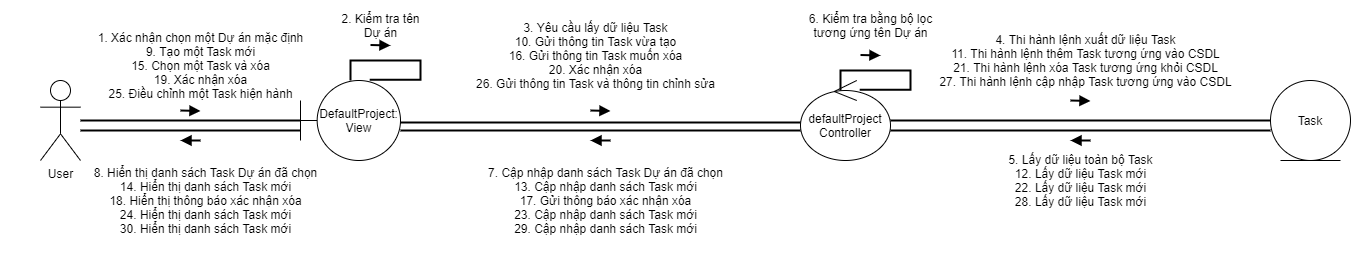
The draw.io diagram ToDoApp-Doc/Document/Diagram/Collaboration Diagram/DefaultProjectManagement/CollaborationDiagram_DefaultProjectManagement.png in Merevoli-DatLuu/To-Do-App, before a commit. Source tidied: cells renumbered, new cells last; positions are measured from the earlier drawing's top-left corner, leaving out a move shared by most shapes.
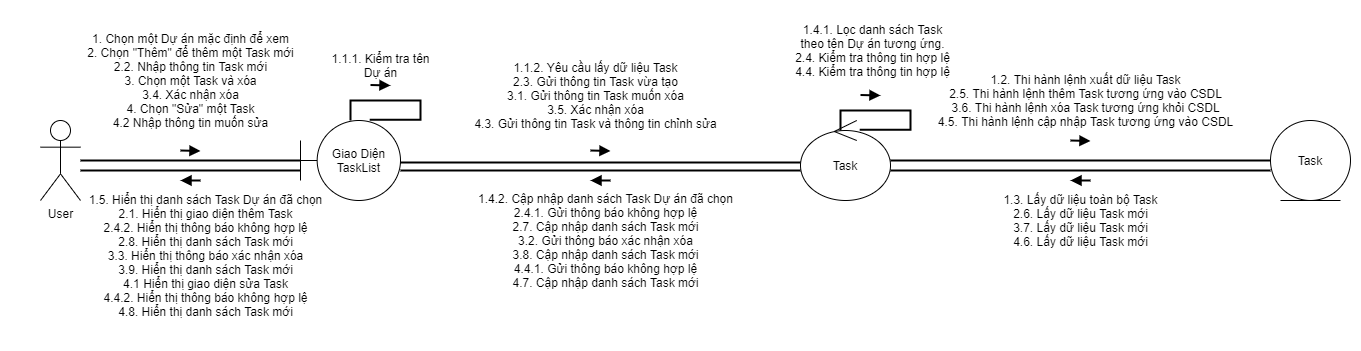
After the change.

Commit message:
[TODO-88]-[Modified]: DefaultProjectManagement Collaboration Diagram

What changed in the source:
```diff
@@ -3,18 +3,18 @@
     <mxCell id="0" />
     <mxCell id="1" parent="0" />
     <mxCell id="2" style="rounded=0;whiteSpace=wrap;html=1;strokeColor=none;" parent="1" vertex="1">
-      <mxGeometry width="1360" height="260" as="geometry" />
+      <mxGeometry y="-40" width="1360" height="350" as="geometry" />
     </mxCell>
     <mxCell id="3" value="User" style="shape=umlActor;verticalLabelPosition=bottom;verticalAlign=top;html=1;" parent="1" vertex="1">
       <mxGeometry x="40" y="80" width="40" height="80" as="geometry" />
     </mxCell>
-    <mxCell id="4" value="DefaultProject:&lt;br&gt;View" style="shape=umlBoundary;whiteSpace=wrap;html=1;" parent="1" vertex="1">
+    <mxCell id="4" value="Giao Diện&lt;br&gt;TaskList" style="shape=umlBoundary;whiteSpace=wrap;html=1;" parent="1" vertex="1">
       <mxGeometry x="300" y="80" width="100" height="80" as="geometry" />
     </mxCell>
     <mxCell id="5" value="Task" style="ellipse;shape=umlEntity;whiteSpace=wrap;html=1;" parent="1" vertex="1">
       <mxGeometry x="1270" y="80" width="80" height="80" as="geometry" />
     </mxCell>
-    <mxCell id="6" value="defaultProject&lt;br&gt;Controller" style="ellipse;shape=umlControl;whiteSpace=wrap;html=1;" parent="1" vertex="1">
+    <mxCell id="6" value="Task" style="ellipse;shape=umlControl;whiteSpace=wrap;html=1;" parent="1" vertex="1">
       <mxGeometry x="800" y="80" width="90" height="80" as="geometry" />
     </mxCell>
     <mxCell id="7" style="endArrow=none;html=1;startArrow=block;startFill=1;endFill=0;strokeWidth=2;rounded=0;" parent="1" edge="1">
@@ -44,8 +44,8 @@
         <mxPoint x="590" y="110" as="targetPoint" />
       </mxGeometry>
     </mxCell>
-    <mxCell id="13" value="1. Xác nhận chọn một Dự án mặc định&lt;br&gt;9. Tạo một Task mới&lt;br&gt;15. Chọn một Task và xóa&lt;br&gt;19. Xác nhận xóa&lt;br&gt;25. Điều chỉnh một Task hiện hành" style="text;html=1;align=center;verticalAlign=middle;" parent="1" vertex="1">
-      <mxGeometry x="90" y="30" width="220" height="70" as="geometry" />
+    <mxCell id="13" value="1. Chọn một Dự án mặc định để xem&lt;br&gt;2. Chọn &quot;Thêm&quot; để thêm một Task mới&lt;br&gt;2.2. Nhập thông tin Task mới&lt;br&gt;3. Chọn một Task và xóa&lt;br&gt;3.4. Xác nhận xóa&lt;br&gt;4. Chọn &quot;Sửa&quot; một Task&lt;br&gt;4.2 Nhập thông tin muốn sửa" style="text;html=1;align=center;verticalAlign=middle;" parent="1" vertex="1">
+      <mxGeometry x="80" y="-10" width="220" height="100" as="geometry" />
     </mxCell>
     <mxCell id="14" style="edgeStyle=orthogonalEdgeStyle;rounded=0;orthogonalLoop=1;jettySize=auto;html=1;entryX=0.692;entryY=-0.01;entryDx=0;entryDy=0;entryPerimeter=0;strokeWidth=2;endArrow=none;endFill=0;" parent="1" edge="1" source="4" target="4">
       <mxGeometry relative="1" as="geometry">
@@ -56,11 +56,11 @@
         </Array>
       </mxGeometry>
     </mxCell>
-    <mxCell id="15" value="2. Kiểm tra tên&lt;br&gt;Dự án" style="text;html=1;align=center;verticalAlign=middle;" parent="1" vertex="1">
-      <mxGeometry x="335" y="10" width="90" height="30" as="geometry" />
+    <mxCell id="15" value="1.1.1. Kiểm tra tên&lt;br&gt;Dự án" style="text;html=1;align=center;verticalAlign=middle;" parent="1" vertex="1">
+      <mxGeometry x="325" y="10" width="110" height="30" as="geometry" />
     </mxCell>
-    <mxCell id="16" value="3. Yêu cầu lấy dữ liệu Task&lt;br&gt;10. Gửi thông tin Task vừa tạo&lt;br&gt;16. Gửi thông tin Task muốn xóa&lt;br&gt;20. Xác nhận xóa&lt;br&gt;26. Gửi thông tin Task và thông tin chỉnh sửa" style="text;html=1;align=center;verticalAlign=middle;" parent="1" vertex="1">
-      <mxGeometry x="470" y="20" width="250" height="70" as="geometry" />
+    <mxCell id="16" value="1.1.2. Yêu cầu lấy dữ liệu Task&lt;br&gt;2.3. Gửi thông tin Task vừa tạo&lt;br&gt;3.1. Gửi thông tin Task muốn xóa&lt;br&gt;3.5. Xác nhận xóa&lt;br&gt;4.3. Gửi thông tin Task và thông tin chỉnh sửa" style="text;html=1;align=center;verticalAlign=middle;" parent="1" vertex="1">
+      <mxGeometry x="465" y="20" width="260" height="70" as="geometry" />
     </mxCell>
     <mxCell id="17" style="endArrow=none;html=1;startArrow=block;startFill=1;endFill=0;strokeWidth=2;rounded=0;" parent="1" edge="1">
       <mxGeometry relative="1" as="geometry">
@@ -68,8 +68,8 @@
         <mxPoint x="610" y="140" as="targetPoint" />
       </mxGeometry>
     </mxCell>
-    <mxCell id="18" value="7. Cập nhập danh sách Task Dự án đã chọn&lt;br&gt;13. Cập nhập danh sách Task mới&lt;br&gt;17. Gửi thông báo xác nhận xóa&lt;br&gt;23. Cập nhập danh sách Task mới&lt;br&gt;29. Cập nhập danh sách Task mới" style="text;html=1;align=center;verticalAlign=middle;" parent="1" vertex="1">
-      <mxGeometry x="480" y="165" width="250" height="70" as="geometry" />
+    <mxCell id="18" value="1.4.2. Cập nhập danh sách Task Dự án đã chọn&lt;br&gt;2.4.1. Gửi thông báo không hợp lệ&lt;br&gt;2.7. Cập nhập danh sách Task mới&lt;br&gt;3.2. Gửi thông báo xác nhận xóa&lt;br&gt;3.8. Cập nhập danh sách Task mới&lt;br&gt;4.4.1. Gửi thông báo không hợp lệ&lt;br&gt;4.7. Cập nhập danh sách Task mới" style="text;html=1;align=center;verticalAlign=middle;" parent="1" vertex="1">
+      <mxGeometry x="470" y="150" width="270" height="100" as="geometry" />
     </mxCell>
     <mxCell id="19" style="edgeStyle=orthogonalEdgeStyle;rounded=0;orthogonalLoop=1;jettySize=auto;html=1;entryX=0.692;entryY=-0.01;entryDx=0;entryDy=0;entryPerimeter=0;strokeWidth=2;endArrow=none;endFill=0;" parent="1" edge="1">
       <mxGeometry relative="1" as="geometry">
@@ -82,10 +82,10 @@
         </Array>
       </mxGeometry>
     </mxCell>
-    <mxCell id="20" value="6. Kiểm tra bằng bộ lọc&lt;br&gt;tương ứng tên Dự án" style="text;html=1;align=center;verticalAlign=middle;" parent="1" vertex="1">
-      <mxGeometry x="800" y="10" width="140" height="30" as="geometry" />
+    <mxCell id="20" value="1.4.1. Lọc danh sách Task&lt;br&gt;theo tên Dự án tương ứng.&lt;br&gt;2.4. Kiểm tra thông tin hợp lệ&lt;br&gt;4.4. Kiểm tra thông tin hợp lệ" style="text;html=1;align=center;verticalAlign=middle;" parent="1" vertex="1">
+      <mxGeometry x="787" y="-20" width="170" height="60" as="geometry" />
     </mxCell>
-    <mxCell id="21" value="4. Thi hành lệnh xuất dữ liệu Task&lt;br&gt;11. Thi hành lệnh thêm Task tương ứng vào CSDL&lt;br&gt;21. Thi hành lệnh xóa Task tương ứng khỏi CSDL&lt;br&gt;27. Thi hành lệnh cập nhập Task tương ứng vào CSDL" style="text;html=1;align=center;verticalAlign=middle;" parent="1" vertex="1">
+    <mxCell id="21" value="1.2. Thi hành lệnh xuất dữ liệu Task&lt;br&gt;2.5. Thi hành lệnh thêm Task tương ứng vào CSDL&lt;br&gt;3.6. Thi hành lệnh xóa Task tương ứng khỏi CSDL&lt;br&gt;4.5. Thi hành lệnh cập nhập Task tương ứng vào CSDL" style="text;html=1;align=center;verticalAlign=middle;" parent="1" vertex="1">
       <mxGeometry x="930" y="30" width="310" height="60" as="geometry" />
     </mxCell>
     <mxCell id="22" style="endArrow=none;html=1;startArrow=block;startFill=1;endFill=0;strokeWidth=2;rounded=0;" parent="1" edge="1">
@@ -112,8 +112,8 @@
         <mxPoint x="1090" y="140" as="targetPoint" />
       </mxGeometry>
     </mxCell>
-    <mxCell id="27" value="5. Lấy dữ liệu toàn bộ Task&lt;br&gt;12. Lấy dữ liệu Task mới&lt;br&gt;22. Lấy dữ liệu Task mới&lt;br&gt;28. Lấy dữ liệu Task mới" style="text;html=1;align=center;verticalAlign=middle;" parent="1" vertex="1">
-      <mxGeometry x="1000" y="150" width="160" height="60" as="geometry" />
+    <mxCell id="27" value="1.3. Lấy dữ liệu toàn bộ Task&lt;br&gt;2.6. Lấy dữ liệu Task mới&lt;br&gt;3.7. Lấy dữ liệu Task mới&lt;br&gt;4.6. Lấy dữ liệu Task mới" style="text;html=1;align=center;verticalAlign=middle;" parent="1" vertex="1">
+      <mxGeometry x="995" y="150" width="170" height="60" as="geometry" />
     </mxCell>
     <mxCell id="28" style="line;strokeWidth=2;fillColor=none;align=left;verticalAlign=middle;spacingTop=-1;spacingLeft=3;spacingRight=3;labelPosition=right;" parent="1" vertex="1">
       <mxGeometry x="80" y="126" width="220" height="8" as="geometry" />
@@ -124,8 +124,8 @@
         <mxPoint x="200" y="140" as="targetPoint" />
       </mxGeometry>
     </mxCell>
-    <mxCell id="30" value="8. Hiển thị danh sách Task Dự án đã chọn&lt;br&gt;14. Hiển thị danh sách Task mới&lt;br&gt;18. Hiển thị thông báo xác nhận xóa&lt;br&gt;24. Hiển thị danh sách Task mới&lt;br&gt;30. Hiển thị danh sách Task mới" style="text;html=1;align=center;verticalAlign=middle;" parent="1" vertex="1">
-      <mxGeometry x="85" y="165" width="240" height="70" as="geometry" />
+    <mxCell id="30" value="1.5. Hiển thị danh sách Task Dự án đã chọn&lt;br&gt;2.1. Hiển thị giao diện thêm Task&lt;br&gt;2.4.2. Hiển thị thông báo không hợp lệ&lt;br&gt;2.8. Hiển thị danh sách Task mới&lt;br&gt;3.3. Hiển thị thông báo xác nhận xóa&lt;br&gt;3.9. Hiển thị danh sách Task mới&lt;br&gt;4.1 Hiển thị giao diện sửa Task&lt;br&gt;4.4.2. Hiển thị thông báo không hợp lệ&lt;br&gt;4.8. Hiển thị danh sách Task mới" style="text;html=1;align=center;verticalAlign=middle;" parent="1" vertex="1">
+      <mxGeometry x="80" y="150" width="250" height="130" as="geometry" />
     </mxCell>
   </root>
 </mxGraphModel>
```
